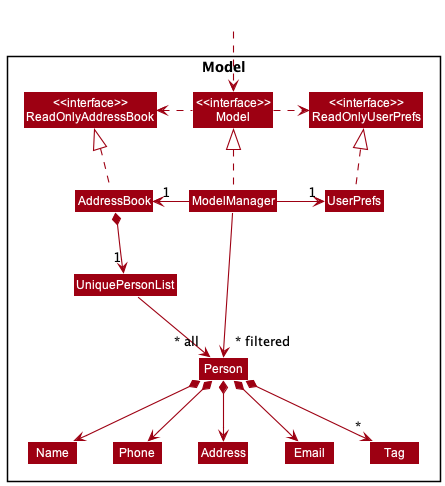
nus-cs2103-AY2223S2/tp keeps this PlantUML diagram as docs/images/ModelClassDiagram.png. Above is the earlier version.
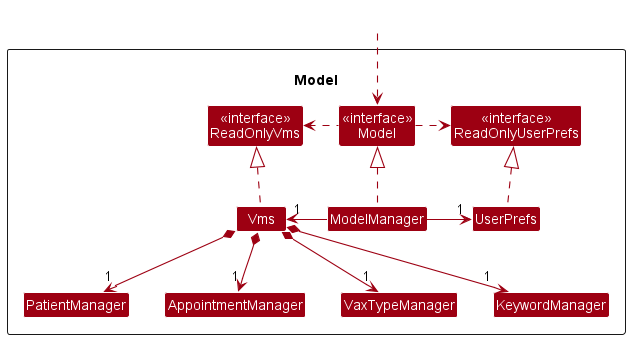
Later version of the same file.

Commit message:
Add class diagrams to Model component for the DG

What changed in the source:
```diff
@@ -4,47 +4,35 @@
 skinparam arrowColor MODEL_COLOR
 skinparam classBackgroundColor MODEL_COLOR
 
-Package Model <<Rectangle>>{
-Class "<<interface>>\nReadOnlyAddressBook" as ReadOnlyAddressBook
+Package \nModel <<Rectangle>>{
+Class "<<interface>>\nReadOnlyVms" as ReadOnlyVms
 Class "<<interface>>\nReadOnlyUserPrefs" as ReadOnlyUserPrefs
 Class "<<interface>>\nModel" as Model
-Class AddressBook
+
+Class Vms
 Class ModelManager
 Class UserPrefs
 
-Class UniquePersonList
-Class Person
-Class Address
-Class Email
-Class Name
-Class Phone
-Class Tag
-
+Class PatientManager
+Class AppointmentManager
+Class VaxTypeManager
+Class KeywordManager
 }
 
 Class HiddenOutside #FFFFFF
-HiddenOutside ..> Model
-
-AddressBook .up.|> ReadOnlyAddressBook
+HiddenOutside .down.> Model
+Model .left.> ReadOnlyVms
+Model .right.> ReadOnlyUserPrefs
 
 ModelManager .up.|> Model
-Model .right.> ReadOnlyUserPrefs
-Model .left.> ReadOnlyAddressBook
-ModelManager -left-> "1" AddressBook
+ModelManager -left-> "1" Vms
 ModelManager -right-> "1" UserPrefs
+Vms .up.|> ReadOnlyVms
 UserPrefs .up.|> ReadOnlyUserPrefs
 
-AddressBook *--> "1" UniquePersonList
-UniquePersonList --> "~* all" Person
-Person *--> Name
-Person *--> Phone
-Person *--> Email
-Person *--> Address
-Person *--> "*" Tag
+Vms *--> "1" PatientManager
+Vms *--> "1" AppointmentManager
+Vms *--> "1" VaxTypeManager
+Vms *--> "1" KeywordManager
 
-Name -[hidden]right-> Phone
-Phone -[hidden]right-> Address
-Address -[hidden]right-> Email
-
-ModelManager -->"~* filtered" Person
 @enduml
```
